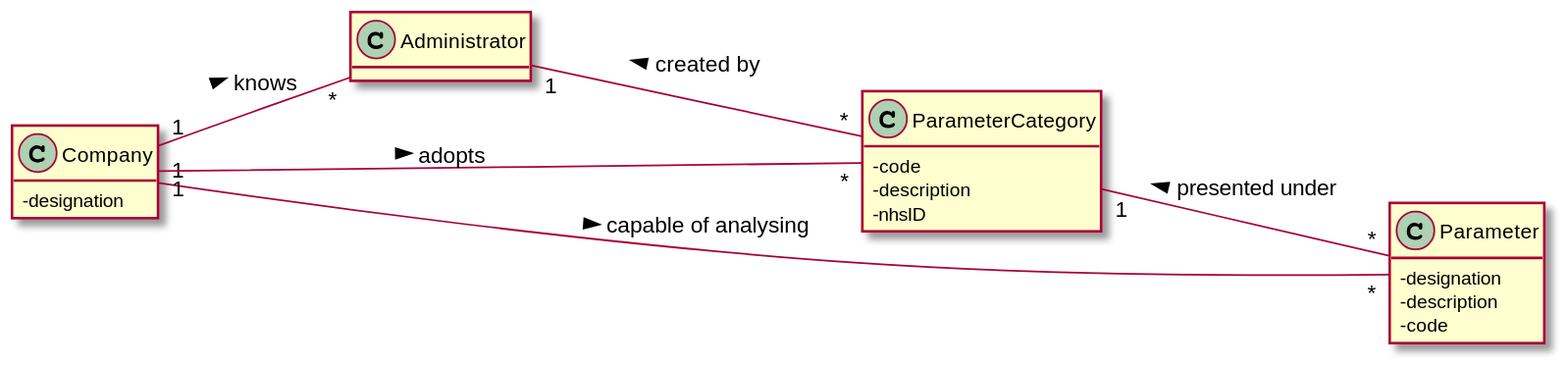
Above: docs/SprintB/US10/US10-MD.svg in 0franciscor/lei-21-s2-1de-g19 (PlantUML), before the change.
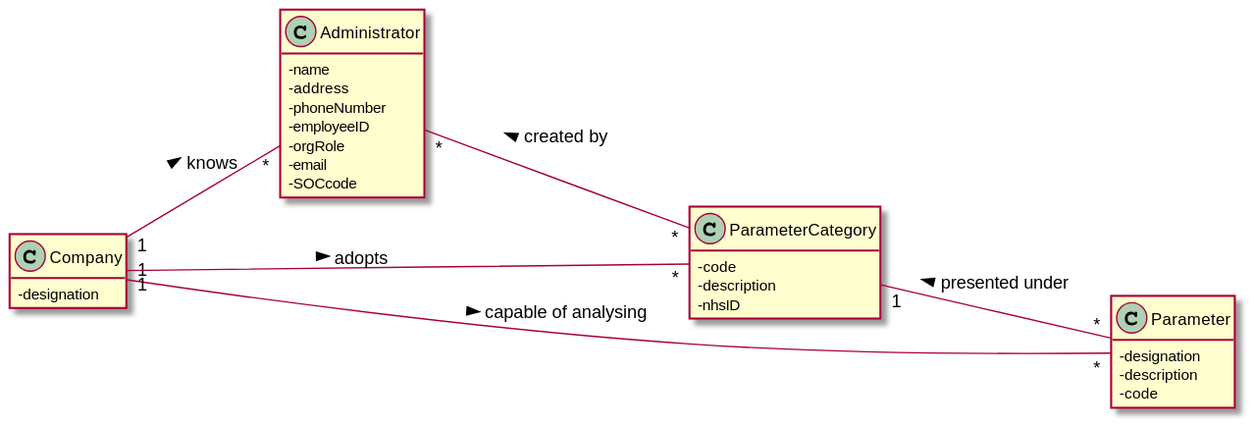
Above is the later version.

The edit, as a diff of the source:
```diff
@@ -11,7 +11,7 @@
 Company "1" -- "*" ParameterCategory : > adopts
 Company "1" -- "*" Administrator : > knows
 ParameterCategory "1" -- "*" Parameter : < presented under
-Administrator "1" -- "*" ParameterCategory : < created by
+Administrator "*" -- "*" ParameterCategory : < created by
 
 skinparam classAttributeIconSize 0
 class Company{
@@ -33,6 +33,13 @@
 }
 
 class Administrator{
+-name
+-address
+-phoneNumber
+-employeeID
+-orgRole
+-email
+-SOCcode
 }
 
 
```
